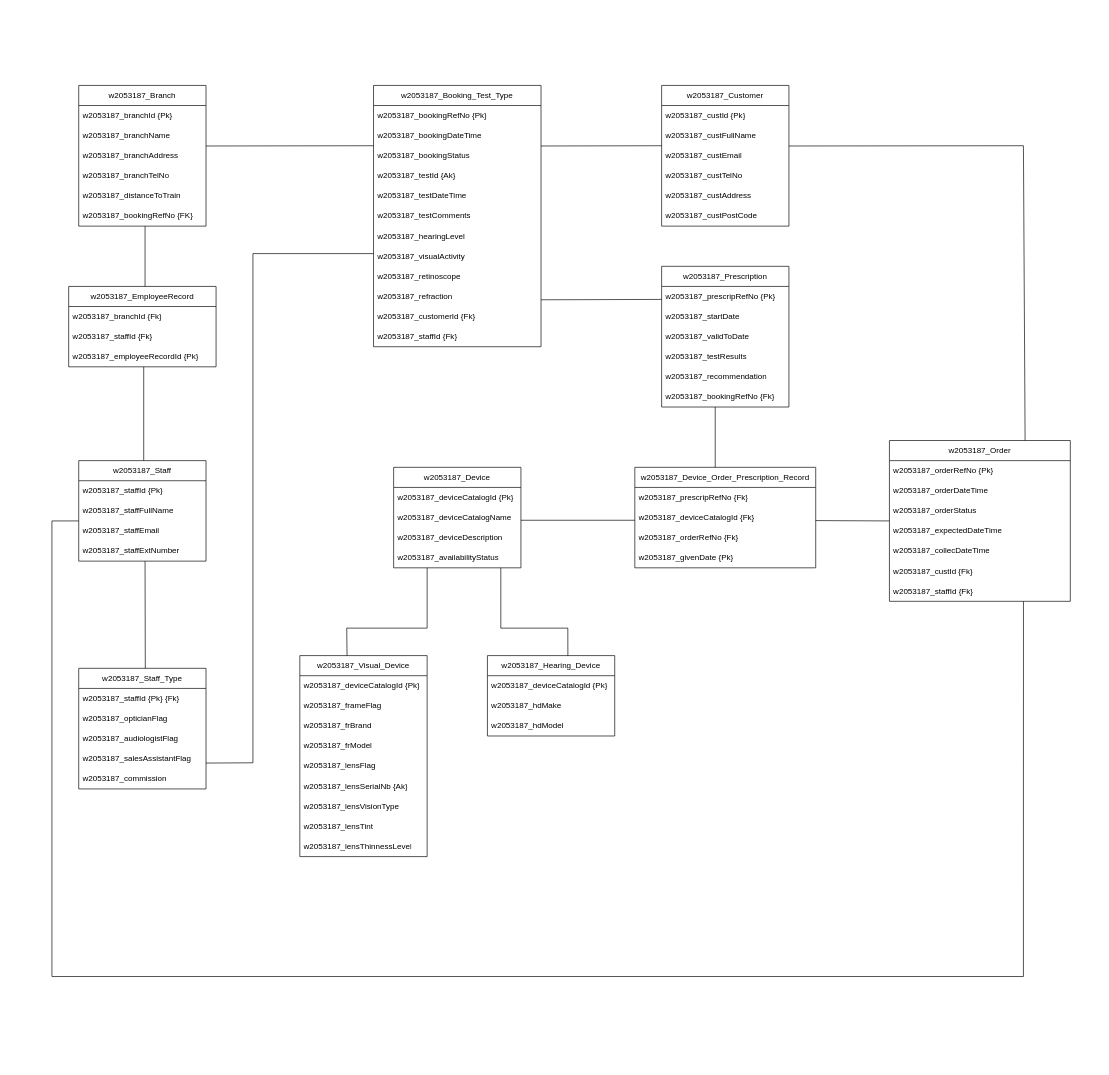
The draw.io diagram Part - II.drawio in ShenalSen/24_5COSC020_CWK, before the edit. Source tidied: cells renumbered, new cells numbered last; positions are measured from the earlier drawing's top-left corner, leaving out a move shared by most shapes. Both pictures are drawn from the tidied source at 67%, with x=0, y=0 at pixel (52, 85).
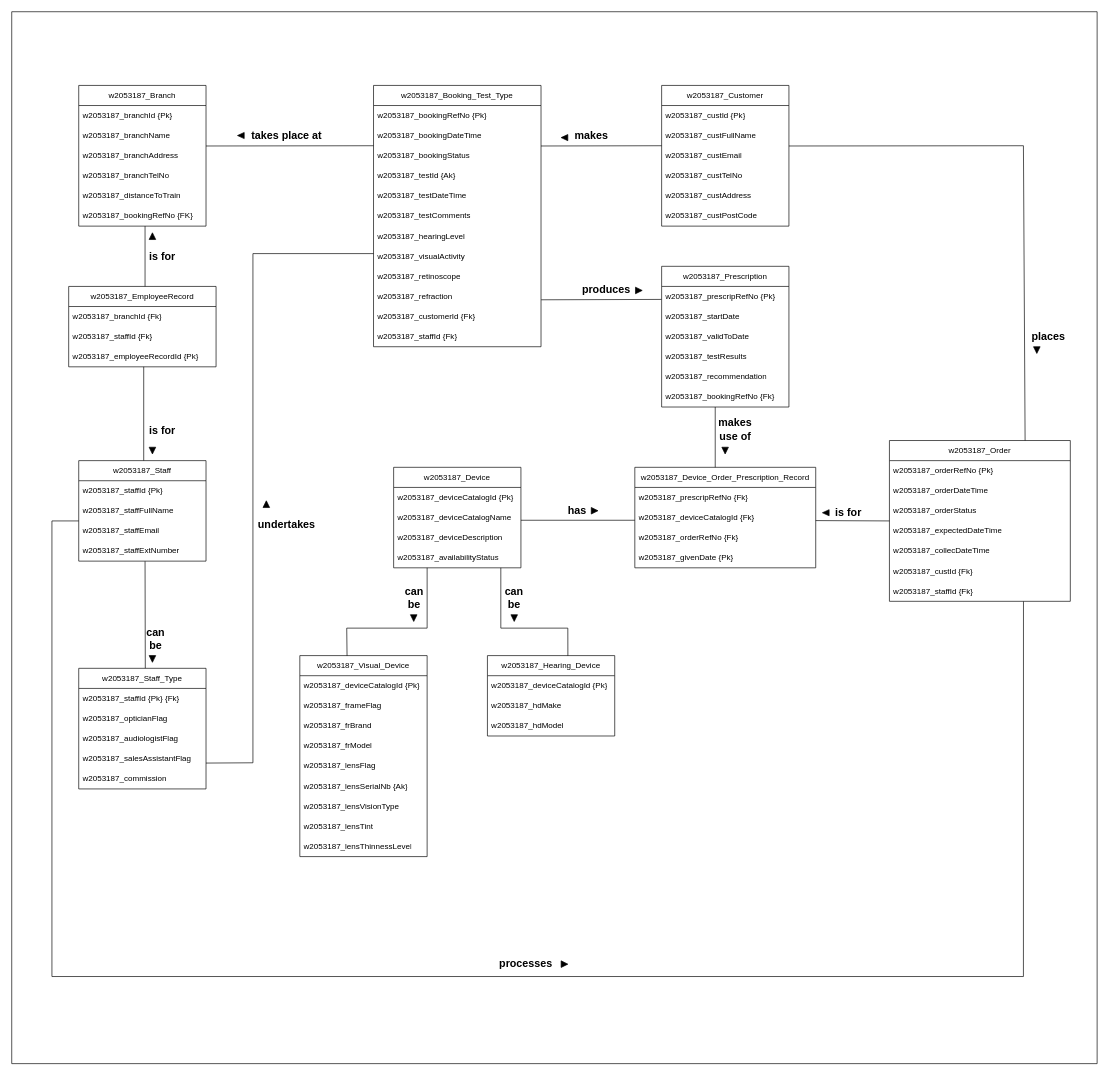
The same page after the edit.

The edit, as a diff of the source:
```diff
@@
+    <mxCell id="97" style="shape=mxgraph.arrows2.wedgeArrow;html=1;startWidth=4.590163934426229;fillColor=strokeColor;defaultFillColor=invert;defaultGradientColor=invert;rounded=0;" parent="1" edge="1">
+      <mxGeometry relative="1" as="geometry">
+        <mxPoint x="287" y="74.8" as="sourcePoint" />
+        <mxPoint x="277" y="74.8" as="targetPoint" />
+      </mxGeometry>
+    </mxCell>
+    <mxCell id="98" style="shape=mxgraph.arrows2.wedgeArrow;html=1;startWidth=4.918032786885249;fillColor=strokeColor;defaultFillColor=invert;defaultGradientColor=invert;rounded=0;" parent="1" edge="1">
+      <mxGeometry relative="1" as="geometry">
+        <mxPoint x="150" y="230" as="sourcePoint" />
+        <mxPoint x="150" y="220" as="targetPoint" />
+      </mxGeometry>
+    </mxCell>
+    <mxCell id="99" style="shape=mxgraph.arrows2.wedgeArrow;html=1;startWidth=4.918032786885249;fillColor=strokeColor;defaultFillColor=invert;defaultGradientColor=invert;rounded=0;" parent="1" edge="1">
+      <mxGeometry relative="1" as="geometry">
+        <mxPoint x="540" y="790" as="sourcePoint" />
+        <mxPoint x="540" y="800" as="targetPoint" />
+      </mxGeometry>
+    </mxCell>
+    <mxCell id="100" style="shape=mxgraph.arrows2.wedgeArrow;html=1;startWidth=4.918032786885249;fillColor=strokeColor;defaultFillColor=invert;defaultGradientColor=invert;rounded=0;" parent="1" edge="1">
+      <mxGeometry relative="1" as="geometry">
+        <mxPoint x="150" y="851" as="sourcePoint" />
+        <mxPoint x="150" y="861" as="targetPoint" />
+      </mxGeometry>
+    </mxCell>
+    <mxCell id="101" style="shape=mxgraph.arrows2.wedgeArrow;html=1;startWidth=4.918032786885249;fillColor=strokeColor;defaultFillColor=invert;defaultGradientColor=invert;rounded=0;" parent="1" edge="1">
+      <mxGeometry relative="1" as="geometry">
+        <mxPoint x="690" y="790" as="sourcePoint" />
+        <mxPoint x="690" y="800" as="targetPoint" />
+      </mxGeometry>
+    </mxCell>
+    <mxCell id="102" style="shape=mxgraph.arrows2.wedgeArrow;html=1;startWidth=4.918032786885249;fillColor=strokeColor;defaultFillColor=invert;defaultGradientColor=invert;rounded=0;" parent="1" edge="1">
+      <mxGeometry relative="1" as="geometry">
+        <mxPoint x="150" y="540" as="sourcePoint" />
+        <mxPoint x="150" y="550" as="targetPoint" />
+      </mxGeometry>
+    </mxCell>
+    <mxCell id="103" style="shape=mxgraph.arrows2.wedgeArrow;html=1;startWidth=4.918032786885249;fillColor=strokeColor;defaultFillColor=invert;defaultGradientColor=invert;rounded=0;" parent="1" edge="1">
+      <mxGeometry relative="1" as="geometry">
+        <mxPoint x="805" y="634.8" as="sourcePoint" />
+        <mxPoint x="815" y="634.8" as="targetPoint" />
+      </mxGeometry>
+    </mxCell>
+    <mxCell id="104" style="shape=mxgraph.arrows2.wedgeArrow;html=1;startWidth=4.918032786885249;fillColor=strokeColor;defaultFillColor=invert;defaultGradientColor=invert;rounded=0;" parent="1" edge="1">
+      <mxGeometry relative="1" as="geometry">
+        <mxPoint x="871" y="306" as="sourcePoint" />
+        <mxPoint x="881" y="306" as="targetPoint" />
+      </mxGeometry>
+    </mxCell>
+    <mxCell id="105" style="shape=mxgraph.arrows2.wedgeArrow;html=1;startWidth=4.590163934426229;fillColor=strokeColor;defaultFillColor=invert;defaultGradientColor=invert;rounded=0;" parent="1" edge="1">
+      <mxGeometry relative="1" as="geometry">
+        <mxPoint x="770" y="77.9" as="sourcePoint" />
+        <mxPoint x="760" y="77.9" as="targetPoint" />
+      </mxGeometry>
+    </mxCell>
+    <mxCell id="106" style="shape=mxgraph.arrows2.wedgeArrow;html=1;startWidth=4.918032786885249;fillColor=strokeColor;defaultFillColor=invert;defaultGradientColor=invert;rounded=0;" parent="1" edge="1">
+      <mxGeometry relative="1" as="geometry">
+        <mxPoint x="320" y="630" as="sourcePoint" />
+        <mxPoint x="320" y="620" as="targetPoint" />
+      </mxGeometry>
+    </mxCell>
+    <mxCell id="107" style="shape=mxgraph.arrows2.wedgeArrow;html=1;startWidth=4.918032786885249;fillColor=strokeColor;defaultFillColor=invert;defaultGradientColor=invert;rounded=0;" parent="1" edge="1">
+      <mxGeometry relative="1" as="geometry">
+        <mxPoint x="1004.8" y="540" as="sourcePoint" />
+        <mxPoint x="1004.8" y="550" as="targetPoint" />
+      </mxGeometry>
+    </mxCell>
+    <mxCell id="108" style="shape=mxgraph.arrows2.wedgeArrow;html=1;startWidth=4.590163934426229;fillColor=strokeColor;defaultFillColor=invert;defaultGradientColor=invert;rounded=0;" parent="1" edge="1">
+      <mxGeometry relative="1" as="geometry">
+        <mxPoint x="1160" y="637.8" as="sourcePoint" />
+        <mxPoint x="1150" y="637.8" as="targetPoint" />
+      </mxGeometry>
+    </mxCell>
+    <mxCell id="109" style="shape=mxgraph.arrows2.wedgeArrow;html=1;startWidth=4.918032786885249;fillColor=strokeColor;defaultFillColor=invert;defaultGradientColor=invert;rounded=0;" parent="1" edge="1">
+      <mxGeometry relative="1" as="geometry">
+        <mxPoint x="1470" y="390" as="sourcePoint" />
+        <mxPoint x="1470" y="400" as="targetPoint" />
+      </mxGeometry>
+    </mxCell>
+    <mxCell id="110" style="shape=mxgraph.arrows2.wedgeArrow;html=1;startWidth=4.918032786885249;fillColor=strokeColor;defaultFillColor=invert;defaultGradientColor=invert;rounded=0;" parent="1" edge="1">
+      <mxGeometry relative="1" as="geometry">
+        <mxPoint x="760" y="1311.5" as="sourcePoint" />
+        <mxPoint x="770" y="1311.5" as="targetPoint" />
+      </mxGeometry>
+    </mxCell>
+    <mxCell id="111" value="&lt;font style=&quot;font-size: 16px;&quot;&gt;&lt;b&gt;takes place at&lt;/b&gt;&lt;/font&gt;" style="text;html=1;align=center;verticalAlign=middle;whiteSpace=wrap;rounded=0;" parent="1" vertex="1">
+      <mxGeometry x="288" y="60" width="125" height="30" as="geometry" />
+    </mxCell>
+    <mxCell id="112" value="&lt;font style=&quot;font-size: 16px;&quot;&gt;&lt;b&gt;is for&lt;/b&gt;&lt;/font&gt;" style="text;html=1;align=center;verticalAlign=middle;whiteSpace=wrap;rounded=0;" parent="1" vertex="1">
+      <mxGeometry x="140" y="240" width="50" height="30" as="geometry" />
+    </mxCell>
+    <mxCell id="113" value="&lt;font style=&quot;font-size: 16px;&quot;&gt;&lt;b&gt;is for&lt;/b&gt;&lt;/font&gt;" style="text;html=1;align=center;verticalAlign=middle;whiteSpace=wrap;rounded=0;" parent="1" vertex="1">
+      <mxGeometry x="140" y="500" width="50" height="30" as="geometry" />
+    </mxCell>
+    <mxCell id="114" value="&lt;font style=&quot;font-size: 16px;&quot;&gt;&lt;b&gt;can be&lt;/b&gt;&lt;/font&gt;" style="text;html=1;align=center;verticalAlign=middle;whiteSpace=wrap;rounded=0;" parent="1" vertex="1">
+      <mxGeometry x="130" y="811" width="50" height="30" as="geometry" />
+    </mxCell>
+    <mxCell id="115" value="&lt;font style=&quot;font-size: 16px;&quot;&gt;&lt;b&gt;undertakes&lt;/b&gt;&lt;/font&gt;" style="text;html=1;align=center;verticalAlign=middle;whiteSpace=wrap;rounded=0;" parent="1" vertex="1">
+      <mxGeometry x="303.2" y="640" width="94.5" height="30" as="geometry" />
+    </mxCell>
+    <mxCell id="116" value="&lt;font style=&quot;font-size: 16px;&quot;&gt;&lt;b&gt;produces&lt;/b&gt;&lt;/font&gt;" style="text;html=1;align=center;verticalAlign=middle;whiteSpace=wrap;rounded=0;" parent="1" vertex="1">
+      <mxGeometry x="780" y="290" width="94.5" height="30" as="geometry" />
+    </mxCell>
+    <mxCell id="117" value="&lt;font style=&quot;font-size: 16px;&quot;&gt;&lt;b&gt;makes&lt;/b&gt;&lt;/font&gt;" style="text;html=1;align=center;verticalAlign=middle;whiteSpace=wrap;rounded=0;" parent="1" vertex="1">
+      <mxGeometry x="758" y="60" width="94.5" height="30" as="geometry" />
+    </mxCell>
+    <mxCell id="118" value="&lt;font style=&quot;font-size: 16px;&quot;&gt;&lt;b&gt;places&lt;/b&gt;&lt;/font&gt;" style="text;html=1;align=center;verticalAlign=middle;whiteSpace=wrap;rounded=0;" parent="1" vertex="1">
+      <mxGeometry x="1440" y="360" width="94.5" height="30" as="geometry" />
+    </mxCell>
+    <mxCell id="119" value="&lt;font style=&quot;font-size: 16px;&quot;&gt;&lt;b&gt;makes use of&lt;/b&gt;&lt;/font&gt;" style="text;html=1;align=center;verticalAlign=middle;whiteSpace=wrap;rounded=0;" parent="1" vertex="1">
+      <mxGeometry x="980" y="498" width="80" height="30" as="geometry" />
+    </mxCell>
+    <mxCell id="120" value="&lt;font style=&quot;font-size: 16px;&quot;&gt;&lt;b&gt;has&lt;/b&gt;&lt;/font&gt;" style="text;html=1;align=center;verticalAlign=middle;whiteSpace=wrap;rounded=0;" parent="1" vertex="1">
+      <mxGeometry x="743.5" y="619" width="80" height="30" as="geometry" />
+    </mxCell>
+    <mxCell id="121" value="&lt;font style=&quot;font-size: 16px;&quot;&gt;&lt;b&gt;is for&lt;/b&gt;&lt;/font&gt;" style="text;html=1;align=center;verticalAlign=middle;whiteSpace=wrap;rounded=0;" parent="1" vertex="1">
+      <mxGeometry x="1149" y="622" width="80" height="30" as="geometry" />
+    </mxCell>
+    <mxCell id="122" value="&lt;font style=&quot;font-size: 16px;&quot;&gt;&lt;b&gt;processes&lt;/b&gt;&lt;/font&gt;" style="text;html=1;align=center;verticalAlign=middle;whiteSpace=wrap;rounded=0;" parent="1" vertex="1">
+      <mxGeometry x="660" y="1295" width="94.5" height="30" as="geometry" />
+    </mxCell>
+    <mxCell id="123" value="&lt;font style=&quot;font-size: 16px;&quot;&gt;&lt;b&gt;can be&lt;/b&gt;&lt;/font&gt;" style="text;html=1;align=center;verticalAlign=middle;whiteSpace=wrap;rounded=0;" parent="1" vertex="1">
+      <mxGeometry x="516" y="750" width="50" height="30" as="geometry" />
+    </mxCell>
+    <mxCell id="124" value="&lt;font style=&quot;font-size: 16px;&quot;&gt;&lt;b&gt;can be&lt;/b&gt;&lt;/font&gt;" style="text;html=1;align=center;verticalAlign=middle;whiteSpace=wrap;rounded=0;" parent="1" vertex="1">
+      <mxGeometry x="665" y="750" width="50" height="30" as="geometry" />
+    </mxCell>
+    <mxCell id="125" style="swimlane;startSize=0;" parent="1" vertex="1">
+      <mxGeometry x="-60" y="-110" width="1620" height="1570" as="geometry" />
+    </mxCell>
```
